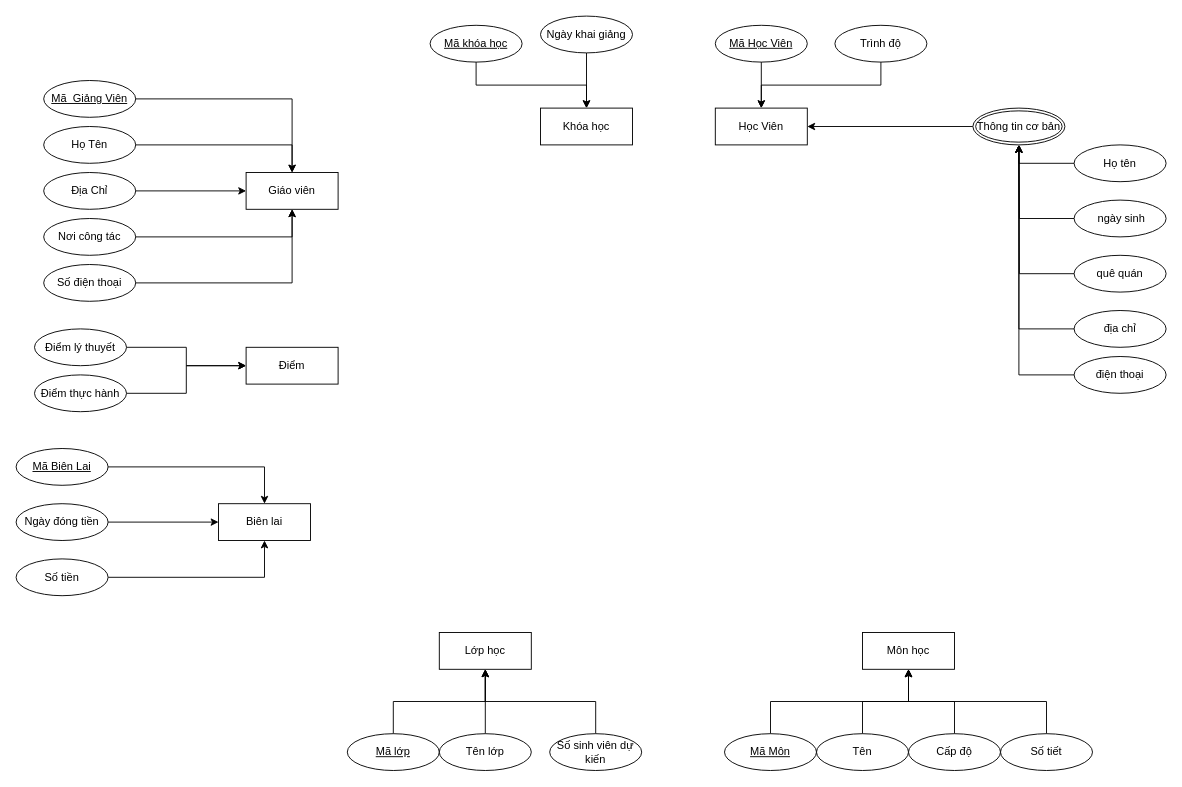
Before: DB_Chapter5_HW.drawio in reality8080/DB_Chapter5_HW, a draw.io diagram. Source tidied: cells renumbered, new cells numbered last; positions are measured from the earlier drawing's top-left corner, leaving out a move shared by most shapes. Both pictures are drawn from the tidied source at 92%, with x=0, y=0 at pixel (16, 16).
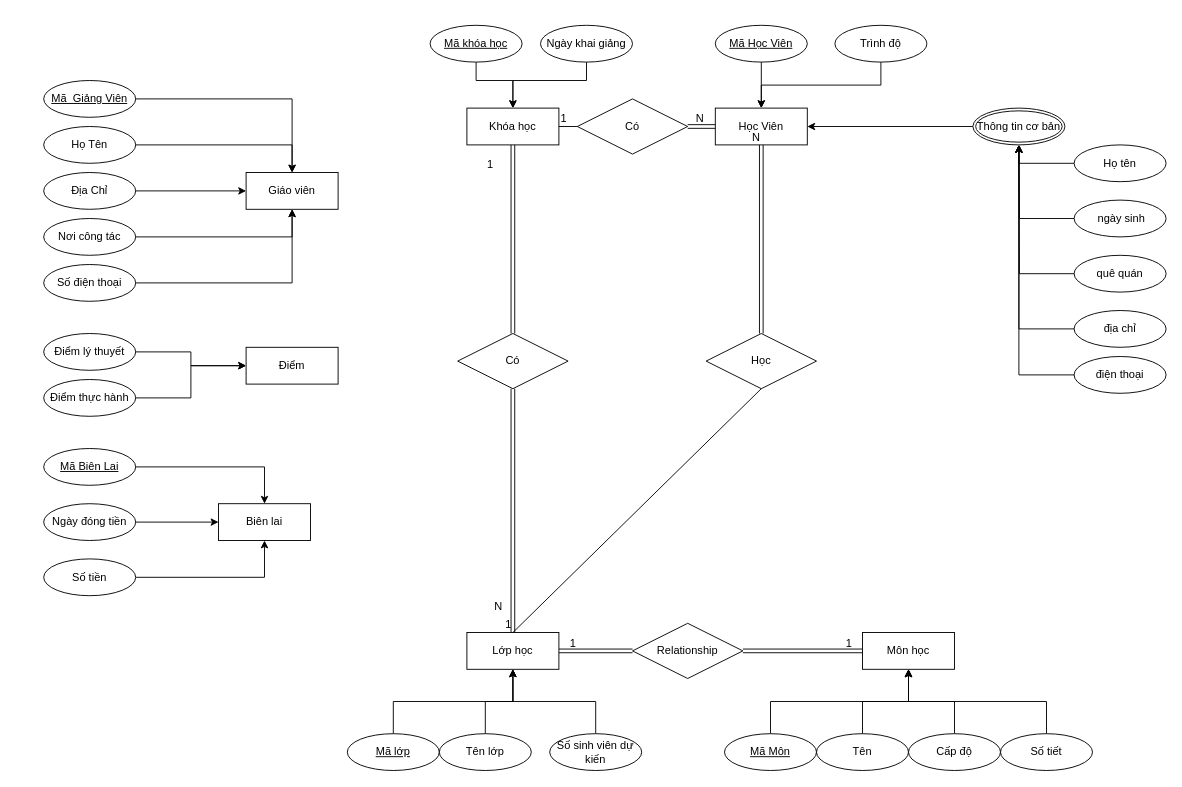
The same page after the edit.

The change refers to these unchanged cells:
```xml
<mxCell id="5" value="Học Viên" style="whiteSpace=wrap;html=1;align=center;" parent="1" vertex="1">
  <mxGeometry x="760" y="100" width="100" height="40" as="geometry" />
</mxCell>
<mxCell id="7" value="Mã khóa học" style="ellipse;whiteSpace=wrap;html=1;align=center;fontStyle=4;" parent="1" vertex="1">
  <mxGeometry x="450" y="10" width="100" height="40" as="geometry" />
</mxCell>
```

Diff of the diagram source:
```diff
@@
     <mxCell id="2" value="Khóa học" style="whiteSpace=wrap;html=1;align=center;" parent="1" vertex="1">
-      <mxGeometry x="570" y="100" width="100" height="40" as="geometry" />
+      <mxGeometry x="490" y="100" width="100" height="40" as="geometry" />
     </mxCell>
     <mxCell id="3" value="Lớp học" style="whiteSpace=wrap;html=1;align=center;" parent="1" vertex="1">
-      <mxGeometry x="460" y="670" width="100" height="40" as="geometry" />
+      <mxGeometry x="490" y="670" width="100" height="40" as="geometry" />
     </mxCell>
@@
     <mxCell id="6" style="edgeStyle=orthogonalEdgeStyle;rounded=0;jettySize=auto;html=1;exitX=0.5;exitY=1;exitDx=0;exitDy=0;entryX=0.5;entryY=0;entryDx=0;entryDy=0;" parent="1" edge="1" source="7" target="2">
-      <mxGeometry relative="1" as="geometry" />
+      <mxGeometry relative="1" as="geometry">
+        <Array as="points">
+          <mxPoint x="500" y="70" />
+          <mxPoint x="540" y="70" />
+        </Array>
+      </mxGeometry>
     </mxCell>
@@
     <mxCell id="8" style="edgeStyle=orthogonalEdgeStyle;rounded=0;jettySize=auto;html=1;exitX=0.5;exitY=1;exitDx=0;exitDy=0;entryX=0.5;entryY=0;entryDx=0;entryDy=0;" parent="1" edge="1" source="9" target="2">
-      <mxGeometry relative="1" as="geometry" />
+      <mxGeometry relative="1" as="geometry">
+        <Array as="points">
+          <mxPoint x="620" y="70" />
+          <mxPoint x="540" y="70" />
+        </Array>
+      </mxGeometry>
     </mxCell>
     <mxCell id="9" value="Ngày khai giảng" style="ellipse;whiteSpace=wrap;html=1;align=center;" parent="1" vertex="1">
-      <mxGeometry x="570" width="100" height="40" as="geometry" />
+      <mxGeometry x="570" y="10" width="100" height="40" as="geometry" />
     </mxCell>
@@
     <mxCell id="54" value="Điểm thực hành" style="ellipse;whiteSpace=wrap;html=1;align=center;" parent="1" vertex="1">
-      <mxGeometry x="20" y="390" width="100" height="40" as="geometry" />
+      <mxGeometry x="30" y="395" width="100" height="40" as="geometry" />
     </mxCell>
@@
     <mxCell id="56" value="Điểm lý thuyết" style="ellipse;whiteSpace=wrap;html=1;align=center;" parent="1" vertex="1">
-      <mxGeometry x="20" y="340" width="100" height="40" as="geometry" />
+      <mxGeometry x="30" y="345" width="100" height="40" as="geometry" />
     </mxCell>
@@
     <mxCell id="58" value="Mã Biên Lai" style="ellipse;whiteSpace=wrap;html=1;align=center;fontStyle=4;" parent="1" vertex="1">
-      <mxGeometry y="470" width="100" height="40" as="geometry" />
+      <mxGeometry x="30" y="470" width="100" height="40" as="geometry" />
     </mxCell>
@@
     <mxCell id="60" value="Ngày đóng tiền" style="ellipse;whiteSpace=wrap;html=1;align=center;" parent="1" vertex="1">
-      <mxGeometry y="530" width="100" height="40" as="geometry" />
+      <mxGeometry x="30" y="530" width="100" height="40" as="geometry" />
     </mxCell>
@@
     <mxCell id="62" value="Số tiền" style="ellipse;whiteSpace=wrap;html=1;align=center;" parent="1" vertex="1">
-      <mxGeometry y="590" width="100" height="40" as="geometry" />
+      <mxGeometry x="30" y="590" width="100" height="40" as="geometry" />
     </mxCell>
+    <mxCell id="63" value="Có" style="shape=rhombus;perimeter=rhombusPerimeter;whiteSpace=wrap;html=1;align=center;" parent="1" vertex="1">
+      <mxGeometry x="480" y="345" width="120" height="60" as="geometry" />
+    </mxCell>
+    <mxCell id="64" value="Relationship" style="shape=rhombus;perimeter=rhombusPerimeter;whiteSpace=wrap;html=1;align=center;" parent="1" vertex="1">
+      <mxGeometry x="670" y="660" width="120" height="60" as="geometry" />
+    </mxCell>
+    <mxCell id="65" style="shape=link;html=1;rounded=0;exitX=0.5;exitY=0;exitDx=0;exitDy=0;entryX=0.5;entryY=1;entryDx=0;entryDy=0;" parent="1" edge="1" source="63" target="2">
+      <mxGeometry relative="1" as="geometry" />
+    </mxCell>
+    <mxCell id="66" value="1" style="html=1;whiteSpace=wrap;align=right;verticalAlign=bottom;" parent="65" vertex="1">
+      <mxGeometry x="1" relative="1" as="geometry">
+        <mxPoint x="-20" y="30" as="offset" />
+      </mxGeometry>
+    </mxCell>
+    <mxCell id="67" style="shape=link;html=1;rounded=0;exitX=0.5;exitY=1;exitDx=0;exitDy=0;entryX=0.5;entryY=0;entryDx=0;entryDy=0;" parent="1" edge="1" source="63" target="3">
+      <mxGeometry relative="1" as="geometry" />
+    </mxCell>
+    <mxCell id="68" value="N" style="html=1;whiteSpace=wrap;align=right;verticalAlign=bottom;" parent="67" vertex="1">
+      <mxGeometry x="1" relative="1" as="geometry">
+        <mxPoint x="-10" y="-20" as="offset" />
+      </mxGeometry>
+    </mxCell>
+    <mxCell id="69" style="shape=link;html=1;rounded=0;exitX=0;exitY=0.5;exitDx=0;exitDy=0;entryX=1;entryY=0.5;entryDx=0;entryDy=0;" parent="1" edge="1" source="64" target="3">
+      <mxGeometry relative="1" as="geometry" />
+    </mxCell>
+    <mxCell id="70" value="1" style="html=1;whiteSpace=wrap;align=right;verticalAlign=bottom;" parent="69" vertex="1">
+      <mxGeometry x="1" relative="1" as="geometry">
+        <mxPoint x="20" as="offset" />
+      </mxGeometry>
+    </mxCell>
+    <mxCell id="71" style="shape=link;html=1;rounded=0;exitX=1;exitY=0.5;exitDx=0;exitDy=0;" parent="1" edge="1" source="64">
+      <mxGeometry relative="1" as="geometry">
+        <mxPoint x="920" y="690" as="targetPoint" />
+      </mxGeometry>
+    </mxCell>
+    <mxCell id="72" value="1" style="html=1;whiteSpace=wrap;align=right;verticalAlign=bottom;" parent="71" vertex="1">
+      <mxGeometry x="1" relative="1" as="geometry">
+        <mxPoint x="-10" as="offset" />
+      </mxGeometry>
+    </mxCell>
+    <mxCell id="73" value="Có" style="shape=rhombus;perimeter=rhombusPerimeter;whiteSpace=wrap;html=1;align=center;" parent="1" vertex="1">
+      <mxGeometry x="610" y="90" width="120" height="60" as="geometry" />
+    </mxCell>
+    <mxCell id="74" style="shape=link;html=1;rounded=0;exitX=1;exitY=0.5;exitDx=0;exitDy=0;" parent="1" edge="1" source="73" target="5">
+      <mxGeometry relative="1" as="geometry" />
+    </mxCell>
+    <mxCell id="75" value="N" style="html=1;whiteSpace=wrap;align=right;verticalAlign=bottom;" parent="74" vertex="1">
+      <mxGeometry x="1" relative="1" as="geometry">
+        <mxPoint x="-11" as="offset" />
+      </mxGeometry>
+    </mxCell>
+    <mxCell id="76" style="endArrow=none;html=1;rounded=0;entryX=1;entryY=0.5;entryDx=0;entryDy=0;exitX=0;exitY=0.5;exitDx=0;exitDy=0;" parent="1" edge="1" source="73" target="2">
+      <mxGeometry relative="1" as="geometry" />
+    </mxCell>
+    <mxCell id="77" value="1" style="html=1;whiteSpace=wrap;align=right;verticalAlign=bottom;" parent="76" vertex="1">
+      <mxGeometry x="1" relative="1" as="geometry">
+        <mxPoint x="10" as="offset" />
+      </mxGeometry>
+    </mxCell>
+    <mxCell id="78" value="Học" style="shape=rhombus;perimeter=rhombusPerimeter;whiteSpace=wrap;html=1;align=center;" parent="1" vertex="1">
+      <mxGeometry x="750" y="345" width="120" height="60" as="geometry" />
+    </mxCell>
+    <mxCell id="79" style="shape=link;html=1;rounded=0;exitX=0.5;exitY=0;exitDx=0;exitDy=0;entryX=0.5;entryY=1;entryDx=0;entryDy=0;" parent="1" edge="1" source="78" target="5">
+      <mxGeometry relative="1" as="geometry" />
+    </mxCell>
+    <mxCell id="80" value="N" style="html=1;whiteSpace=wrap;align=right;verticalAlign=bottom;" parent="79" vertex="1">
+      <mxGeometry x="1" relative="1" as="geometry" />
+    </mxCell>
+    <mxCell id="81" style="endArrow=none;html=1;rounded=0;entryX=0.5;entryY=0;entryDx=0;entryDy=0;exitX=0.5;exitY=1;exitDx=0;exitDy=0;" parent="1" edge="1" source="78" target="3">
+      <mxGeometry relative="1" as="geometry" />
+    </mxCell>
+    <mxCell id="82" value="1" style="html=1;whiteSpace=wrap;align=right;verticalAlign=bottom;" parent="81" vertex="1">
+      <mxGeometry x="1" relative="1" as="geometry" />
+    </mxCell>
```
